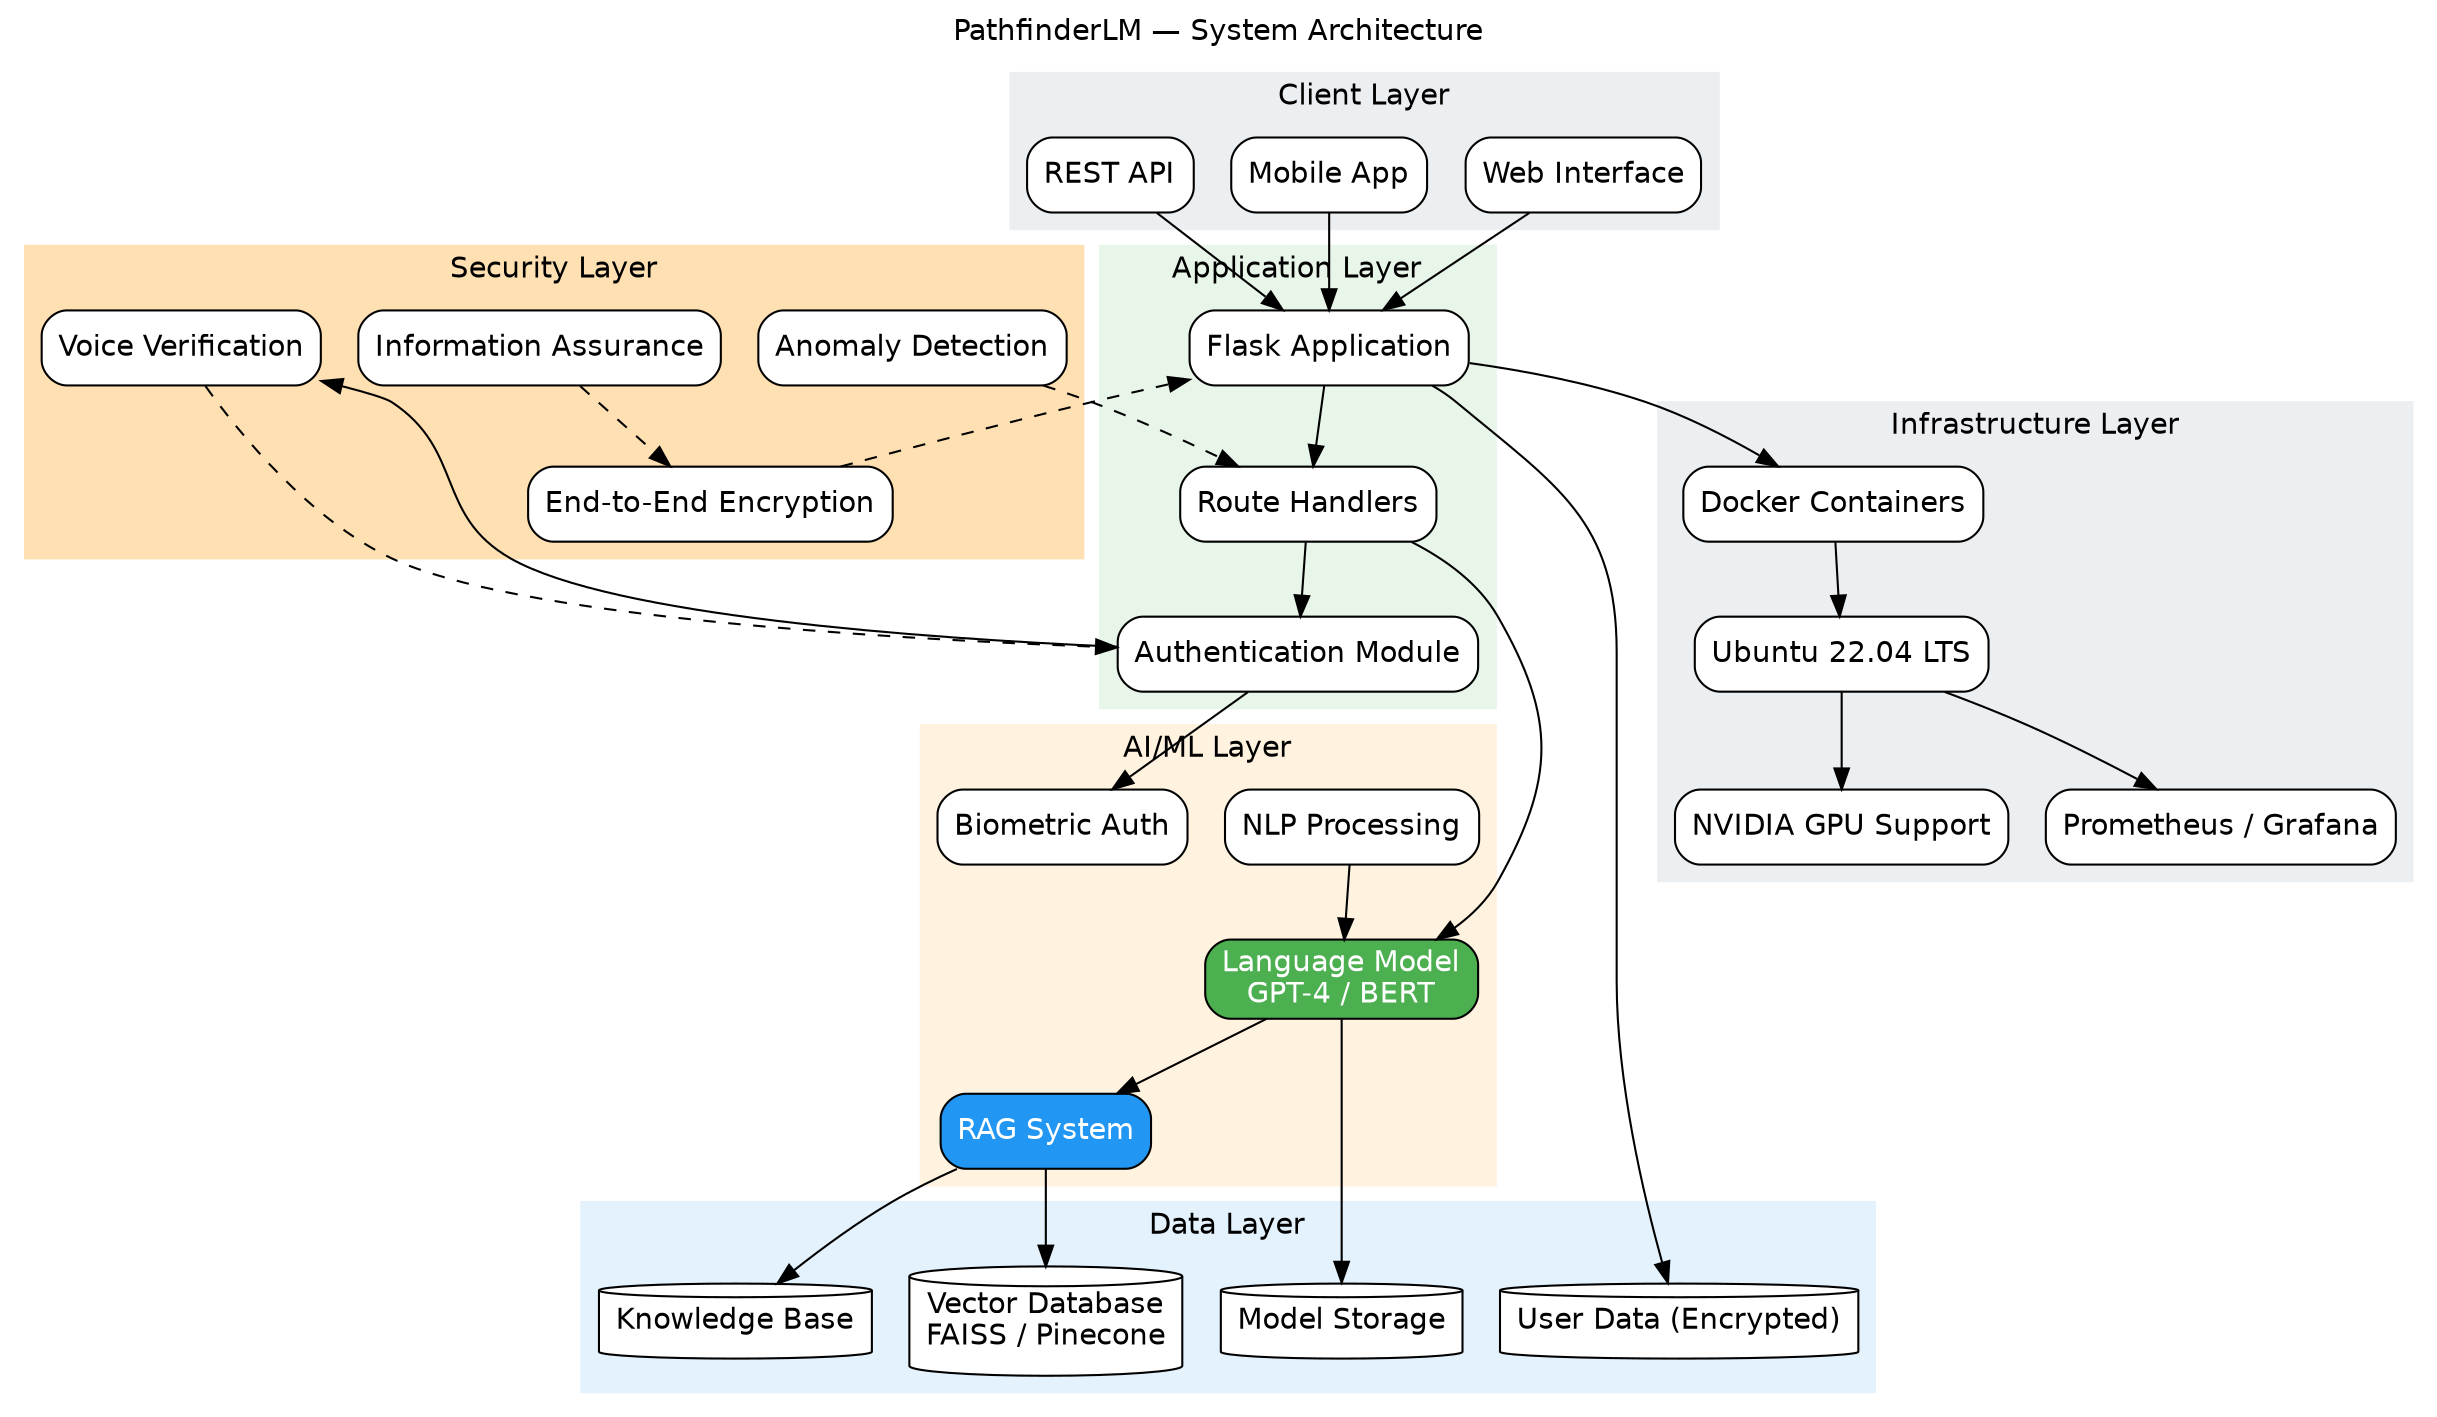
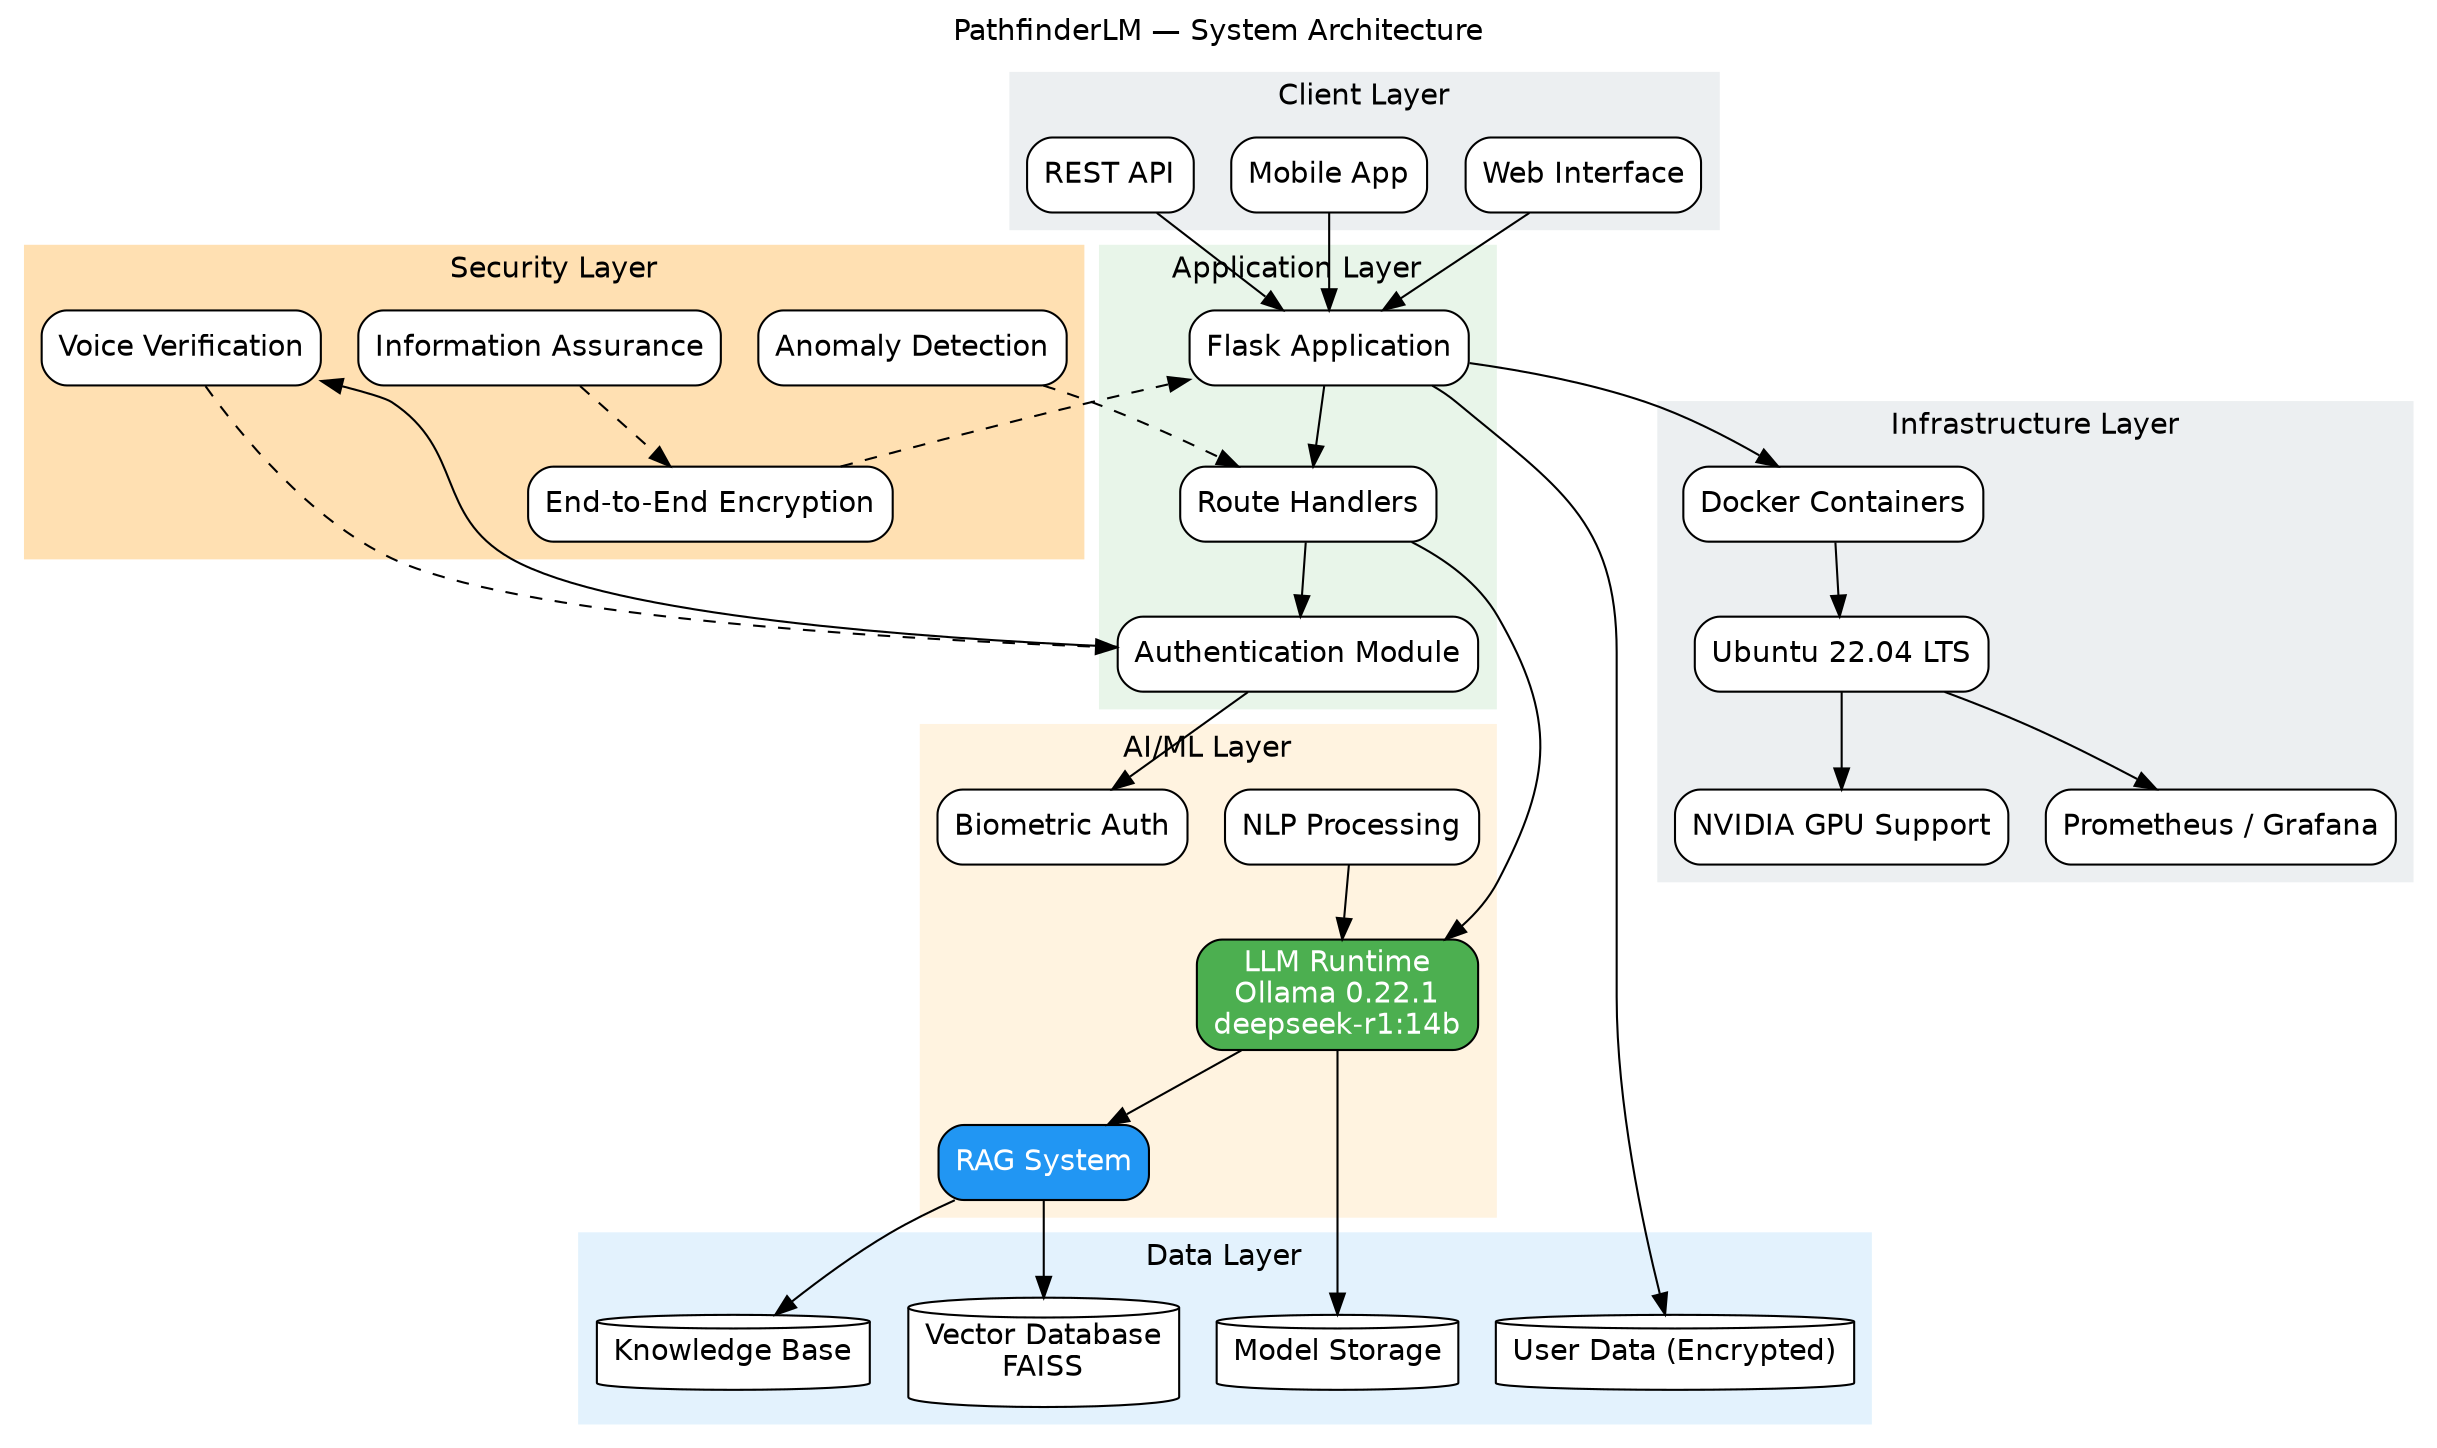
// PathfinderLM — System Architecture
// Render: dot -Tpng system_architecture.dot -o system_architecture.png
//         dot -Tsvg system_architecture.dot -o system_architecture.svg
digraph SystemArchitecture {
    rankdir=TB;
    fontname="Helvetica";
    labelloc="t";
    label="PathfinderLM — System Architecture";
    node [shape=box, style="rounded,filled", fontname="Helvetica", fillcolor="#FFFFFF"];
    edge [fontname="Helvetica"];

    subgraph cluster_client {
        label="Client Layer"; style="filled"; color="#ECEFF1";
        WebUI   [label="Web Interface"];
        MobileUI[label="Mobile App"];
        API     [label="REST API"];
    }

    subgraph cluster_app {
        label="Application Layer"; style="filled"; color="#E8F5E9";
        Flask  [label="Flask Application"];
        Routes [label="Route Handlers"];
        Auth   [label="Authentication Module"];
    }

    subgraph cluster_aiml {
        label="AI/ML Layer"; style="filled"; color="#FFF3E0";
-         LM       [label="Language Model\nGPT-4 / BERT", fillcolor="#4CAF50", fontcolor="white"];
+         LM       [label="LLM Runtime\nOllama 0.22.1\ndeepseek-r1:14b", fillcolor="#4CAF50", fontcolor="white"];
        RAG      [label="RAG System", fillcolor="#2196F3", fontcolor="white"];
        NLP      [label="NLP Processing"];
        Biometric[label="Biometric Auth"];
    }

    subgraph cluster_data {
        label="Data Layer"; style="filled"; color="#E3F2FD";
-         VectorDB     [label="Vector Database\nFAISS / Pinecone", shape=cylinder];
+         VectorDB     [label="Vector Database\nFAISS", shape=cylinder];
        KnowledgeBase[label="Knowledge Base", shape=cylinder];
        UserData     [label="User Data (Encrypted)", shape=cylinder];
        Models       [label="Model Storage", shape=cylinder];
    }

    subgraph cluster_sec {
        label="Security Layer"; style="filled"; color="#FFE0B2";
        Encryption[label="End-to-End Encryption"];
        VoiceVerif[label="Voice Verification"];
        Anomaly   [label="Anomaly Detection"];
        IAFramework[label="Information Assurance"];
    }

    subgraph cluster_infra {
        label="Infrastructure Layer"; style="filled"; color="#ECEFF1";
        Docker [label="Docker Containers"];
        Ubuntu [label="Ubuntu 22.04 LTS"];
        GPU    [label="NVIDIA GPU Support"];
        Monitor[label="Prometheus / Grafana"];
    }

    WebUI -> Flask; MobileUI -> Flask; API -> Flask;
    Flask -> Routes; Routes -> Auth; Routes -> LM;
    LM -> RAG; RAG -> VectorDB; RAG -> KnowledgeBase;
    NLP -> LM; Auth -> Biometric; Auth -> VoiceVerif;
    Flask -> UserData; LM -> Models;

    Encryption -> Flask [style=dashed];
    VoiceVerif -> Auth  [style=dashed];
    Anomaly -> Routes   [style=dashed];
    IAFramework -> Encryption [style=dashed];

    Flask -> Docker; Docker -> Ubuntu; Ubuntu -> GPU; Ubuntu -> Monitor;
}
